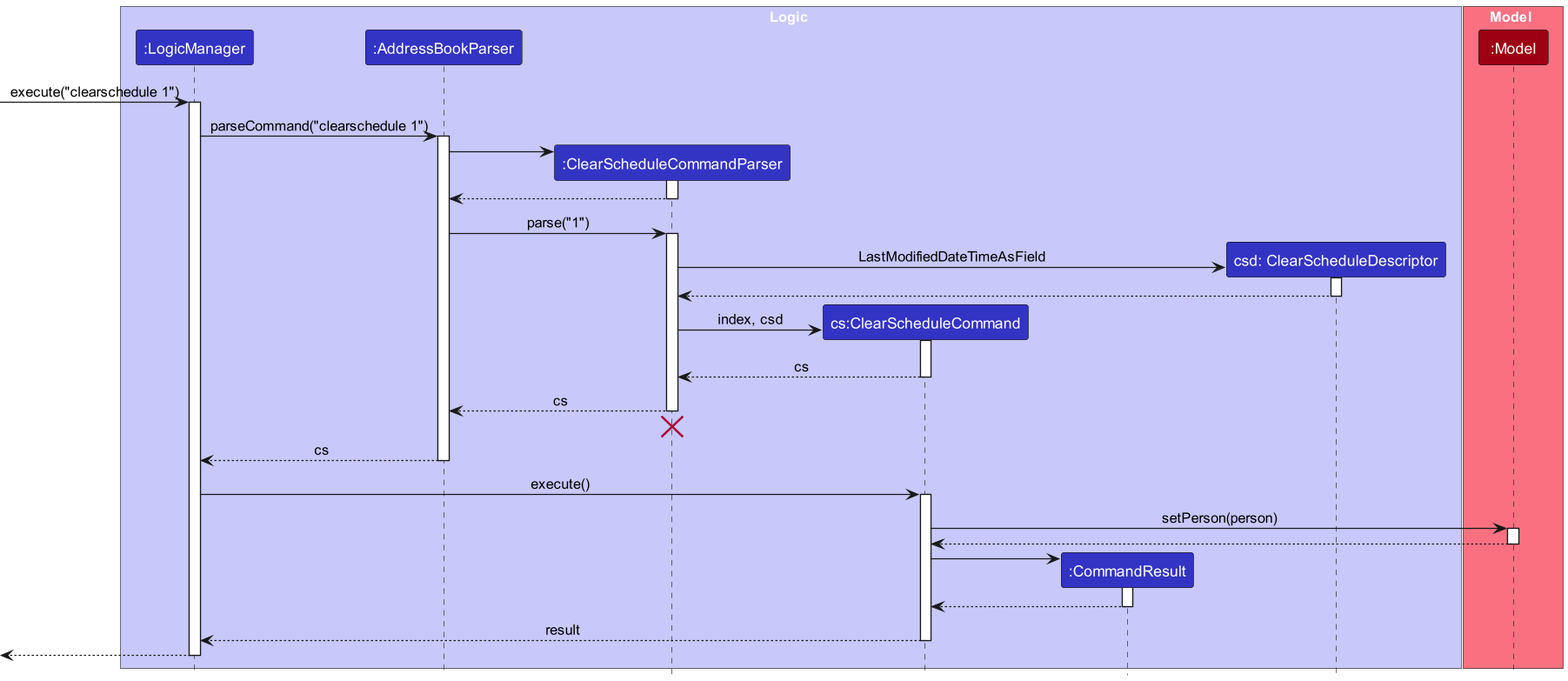
The PlantUML diagram docs/images/ClearScheduleSequenceDiagram.png in xavierpok/tp, before a commit. Its source is kept beside it as docs/diagrams/ClearScheduleSequenceDiagram.puml.
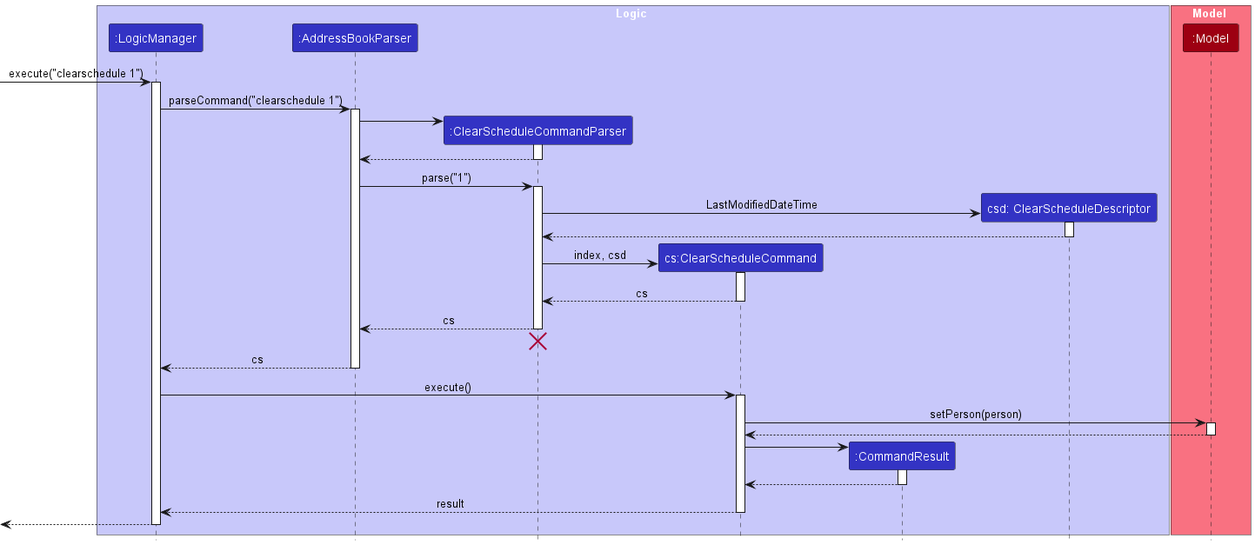
Above is the later version.

The edit, as a diff of the source:
```diff
@@ -38,7 +38,7 @@
 
 
 create Person
-ClearScheduleCommandParser -> Person : LastModifiedDateTimeAsField
+ClearScheduleCommandParser -> Person : LastModifiedDateTime
 activate Person
 Person --> ClearScheduleCommandParser
 deactivate Person
```
